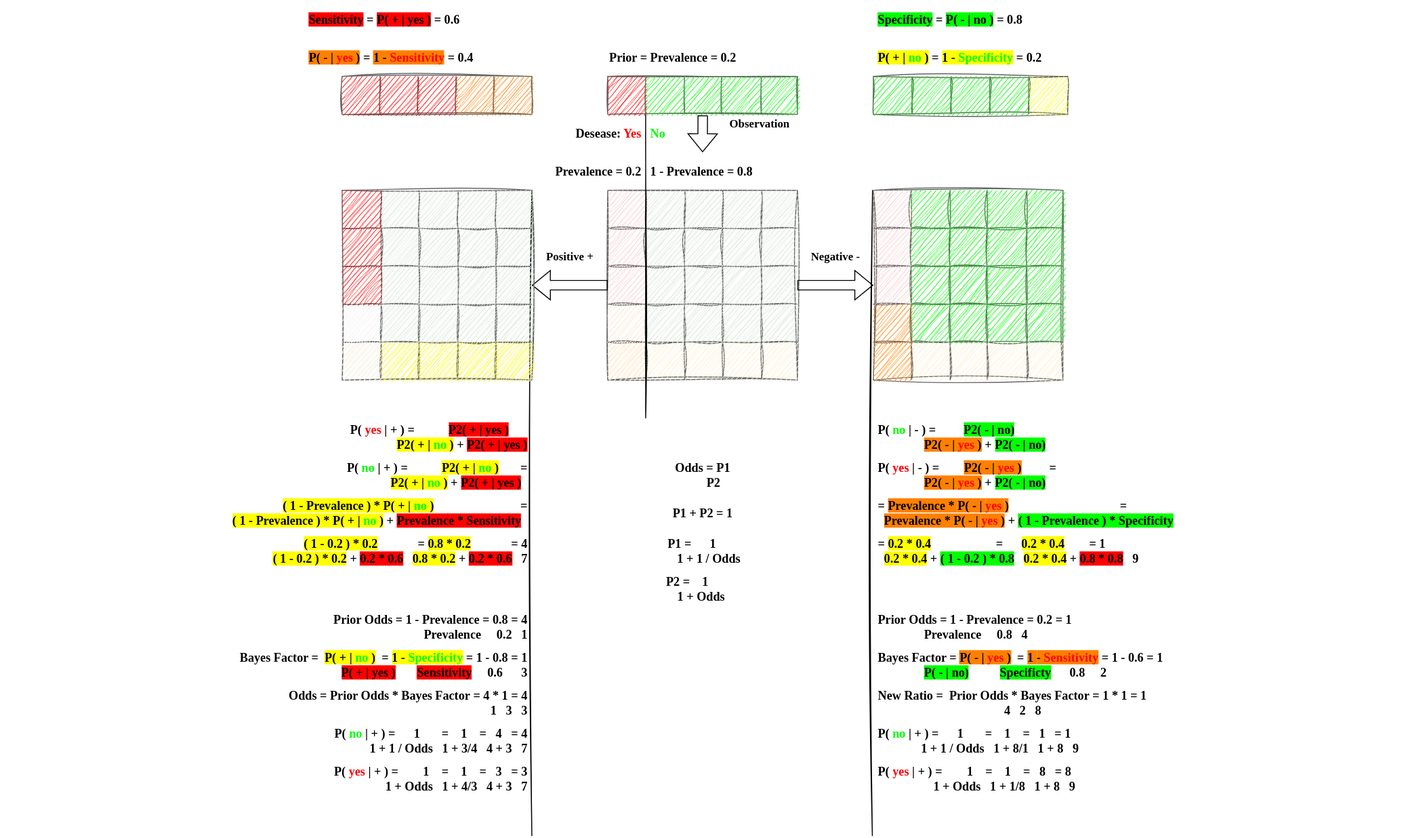
Above: cheatsheet/bayes_in_odds.svg in Learn-Together-Pro/DiscreteMath (draw.io), before the change. Source tidied: cells renumbered, new cells last; positions are measured from the earlier drawing's top-left corner, leaving out a move shared by most shapes.
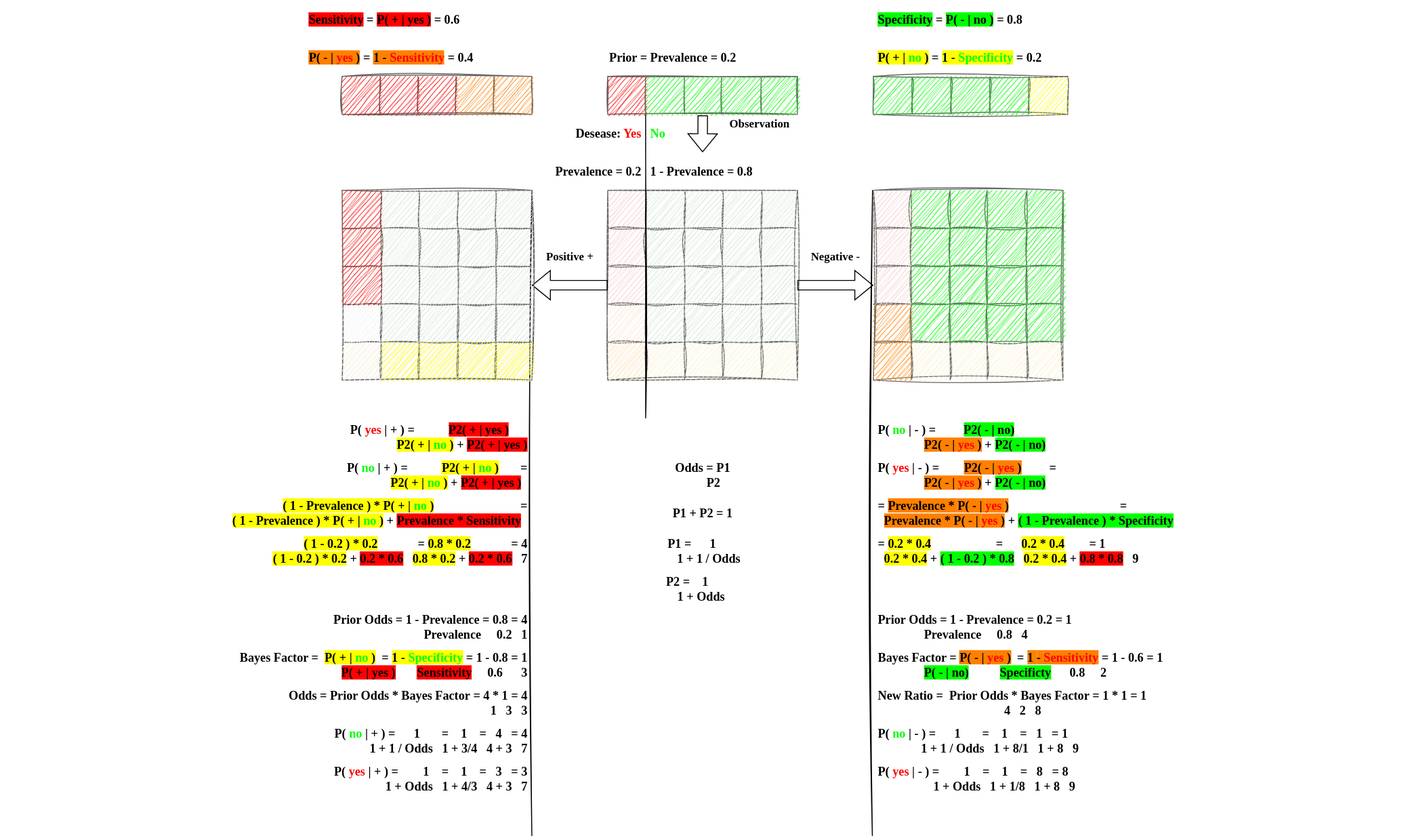
The same file after the commit.

Commit message:
better_bayes_diagram

Diff of the diagram source:
```diff
@@ -385,10 +385,10 @@
     <mxCell id="126" value="&amp;nbsp;New Ratio =&amp;nbsp; Prior Odds * Bayes Factor&amp;nbsp;= 1 * 1 = 1&amp;nbsp;&lt;br&gt;&amp;nbsp; &amp;nbsp; &amp;nbsp; &amp;nbsp; &amp;nbsp; &amp;nbsp; &amp;nbsp; &amp;nbsp; &amp;nbsp; &amp;nbsp; &amp;nbsp; &amp;nbsp; &amp;nbsp; &amp;nbsp; &amp;nbsp; &amp;nbsp; &amp;nbsp; &amp;nbsp; &amp;nbsp; &amp;nbsp; &amp;nbsp; 4&amp;nbsp; &amp;nbsp;2&amp;nbsp; &amp;nbsp;8&amp;nbsp;" style="text;strokeColor=none;fillColor=none;html=1;fontSize=13;fontStyle=1;verticalAlign=middle;align=left;shadow=1;sketch=1;strokeWidth=1;fontFamily=Roboto Mono;fontSource=https%3A%2F%2Ffonts.googleapis.com%2Fcss%3Ffamily%3DRoboto%2BMono;" parent="1" vertex="1">
       <mxGeometry x="920" y="720" width="560" height="40" as="geometry" />
     </mxCell>
-    <mxCell id="127" value="&amp;nbsp;P(&amp;nbsp;&lt;font style=&quot;border-color: var(--border-color);&quot; color=&quot;#00ff00&quot;&gt;no&lt;/font&gt;&amp;nbsp;| + ) =&amp;nbsp; &amp;nbsp; &amp;nbsp; 1&amp;nbsp; &amp;nbsp; &amp;nbsp; &amp;nbsp;=&amp;nbsp; &amp;nbsp; 1&amp;nbsp; &amp;nbsp; =&amp;nbsp; &amp;nbsp;1&amp;nbsp; &amp;nbsp;= 1&amp;nbsp;&lt;br&gt;&amp;nbsp; &amp;nbsp; &amp;nbsp; &amp;nbsp; &amp;nbsp; &amp;nbsp; &amp;nbsp; &amp;nbsp;1 + 1 / Odds&amp;nbsp; &amp;nbsp;1 + 8/1&amp;nbsp; &amp;nbsp;1 + 8&amp;nbsp; &amp;nbsp;9&amp;nbsp;" style="text;strokeColor=none;fillColor=none;html=1;fontSize=13;fontStyle=1;verticalAlign=middle;align=left;shadow=1;sketch=1;strokeWidth=1;fontFamily=Roboto Mono;fontSource=https%3A%2F%2Ffonts.googleapis.com%2Fcss%3Ffamily%3DRoboto%2BMono;" parent="1" vertex="1">
+    <mxCell id="127" value="&amp;nbsp;P(&amp;nbsp;&lt;font style=&quot;border-color: var(--border-color);&quot; color=&quot;#00ff00&quot;&gt;no&lt;/font&gt;&amp;nbsp;| - ) =&amp;nbsp; &amp;nbsp; &amp;nbsp; 1&amp;nbsp; &amp;nbsp; &amp;nbsp; &amp;nbsp;=&amp;nbsp; &amp;nbsp; 1&amp;nbsp; &amp;nbsp; =&amp;nbsp; &amp;nbsp;1&amp;nbsp; &amp;nbsp;= 1&amp;nbsp;&lt;br&gt;&amp;nbsp; &amp;nbsp; &amp;nbsp; &amp;nbsp; &amp;nbsp; &amp;nbsp; &amp;nbsp; &amp;nbsp;1 + 1 / Odds&amp;nbsp; &amp;nbsp;1 + 8/1&amp;nbsp; &amp;nbsp;1 + 8&amp;nbsp; &amp;nbsp;9&amp;nbsp;" style="text;strokeColor=none;fillColor=none;html=1;fontSize=13;fontStyle=1;verticalAlign=middle;align=left;shadow=1;sketch=1;strokeWidth=1;fontFamily=Roboto Mono;fontSource=https%3A%2F%2Ffonts.googleapis.com%2Fcss%3Ffamily%3DRoboto%2BMono;" parent="1" vertex="1">
       <mxGeometry x="920" y="760" width="560" height="40" as="geometry" />
     </mxCell>
-    <mxCell id="128" value="&amp;nbsp;P( &lt;font color=&quot;#ff0000&quot;&gt;yes&lt;/font&gt;&amp;nbsp;| + ) =&amp;nbsp; &amp;nbsp; &amp;nbsp; &amp;nbsp; 1&amp;nbsp; &amp;nbsp; =&amp;nbsp; &amp;nbsp; 1&amp;nbsp; &amp;nbsp; =&amp;nbsp; &amp;nbsp;8&amp;nbsp; &amp;nbsp;= 8&amp;nbsp;&lt;br&gt;&amp;nbsp; &amp;nbsp; &amp;nbsp; &amp;nbsp; &amp;nbsp; &amp;nbsp; &amp;nbsp; &amp;nbsp; &amp;nbsp; &amp;nbsp;1 + Odds&amp;nbsp; &amp;nbsp;1 + 1/8&amp;nbsp; &amp;nbsp;1 + 8&amp;nbsp; &amp;nbsp;9&amp;nbsp;" style="text;strokeColor=none;fillColor=none;html=1;fontSize=13;fontStyle=1;verticalAlign=middle;align=left;shadow=1;sketch=1;strokeWidth=1;fontFamily=Roboto Mono;fontSource=https%3A%2F%2Ffonts.googleapis.com%2Fcss%3Ffamily%3DRoboto%2BMono;" parent="1" vertex="1">
+    <mxCell id="128" value="&amp;nbsp;P( &lt;font color=&quot;#ff0000&quot;&gt;yes&lt;/font&gt;&amp;nbsp;| - ) =&amp;nbsp; &amp;nbsp; &amp;nbsp; &amp;nbsp; 1&amp;nbsp; &amp;nbsp; =&amp;nbsp; &amp;nbsp; 1&amp;nbsp; &amp;nbsp; =&amp;nbsp; &amp;nbsp;8&amp;nbsp; &amp;nbsp;= 8&amp;nbsp;&lt;br&gt;&amp;nbsp; &amp;nbsp; &amp;nbsp; &amp;nbsp; &amp;nbsp; &amp;nbsp; &amp;nbsp; &amp;nbsp; &amp;nbsp; &amp;nbsp;1 + Odds&amp;nbsp; &amp;nbsp;1 + 1/8&amp;nbsp; &amp;nbsp;1 + 8&amp;nbsp; &amp;nbsp;9&amp;nbsp;" style="text;strokeColor=none;fillColor=none;html=1;fontSize=13;fontStyle=1;verticalAlign=middle;align=left;shadow=1;sketch=1;strokeWidth=1;fontFamily=Roboto Mono;fontSource=https%3A%2F%2Ffonts.googleapis.com%2Fcss%3Ffamily%3DRoboto%2BMono;" parent="1" vertex="1">
       <mxGeometry x="920" y="800" width="560" height="40" as="geometry" />
     </mxCell>
     <mxCell id="129" value="&amp;nbsp;P( &lt;font color=&quot;#00ff00&quot;&gt;no&amp;nbsp;&lt;/font&gt;| - ) =&amp;nbsp; &amp;nbsp; &amp;nbsp; &amp;nbsp; &amp;nbsp;&lt;span style=&quot;background-color: rgb(0, 255, 0);&quot;&gt;P2( - | no)&lt;/span&gt;&amp;nbsp;&lt;br&gt;&amp;nbsp; &amp;nbsp; &amp;nbsp; &amp;nbsp; &amp;nbsp; &amp;nbsp; &amp;nbsp; &amp;nbsp;&amp;nbsp;&lt;span style=&quot;background-color: rgb(255, 128, 0);&quot;&gt;P2( - | &lt;font style=&quot;&quot; color=&quot;#ff0000&quot;&gt;yes&lt;/font&gt; )&lt;/span&gt; + &lt;span style=&quot;background-color: rgb(0, 255, 0);&quot;&gt;P2( - | no)&lt;/span&gt;&amp;nbsp;" style="text;strokeColor=none;fillColor=none;html=1;fontSize=13;fontStyle=1;verticalAlign=middle;align=left;shadow=1;sketch=1;strokeWidth=1;fontFamily=Roboto Mono;fontSource=https%3A%2F%2Ffonts.googleapis.com%2Fcss%3Ffamily%3DRoboto%2BMono;" parent="1" vertex="1">
```
